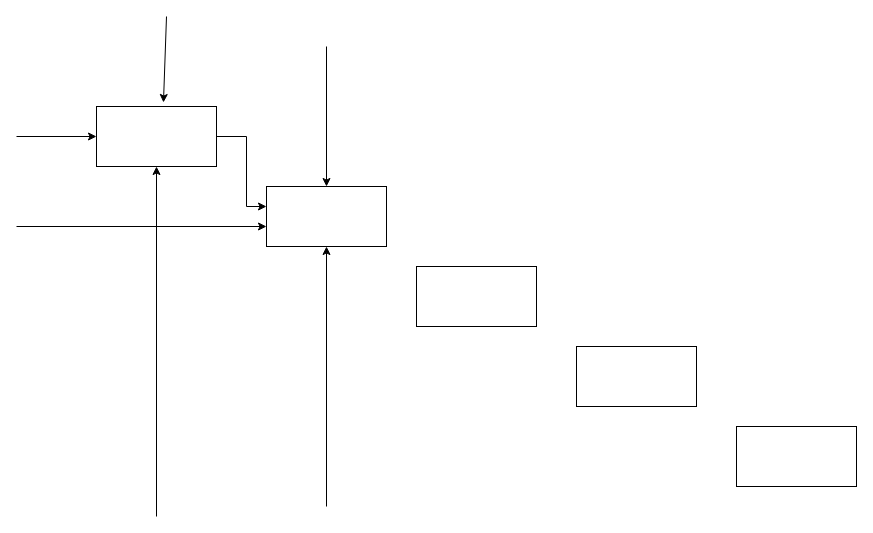
Before: page "Страница 3" (3 of 3) of Диаграз названия.drawio in Ev0or/dontTouch, a draw.io diagram. Source tidied: cells renumbered, new cells numbered last; positions are measured from the earlier drawing's top-left corner, leaving out a move shared by most shapes. Both pictures are drawn from the tidied source at 100%, with x=0, y=0 at pixel (16, 16).
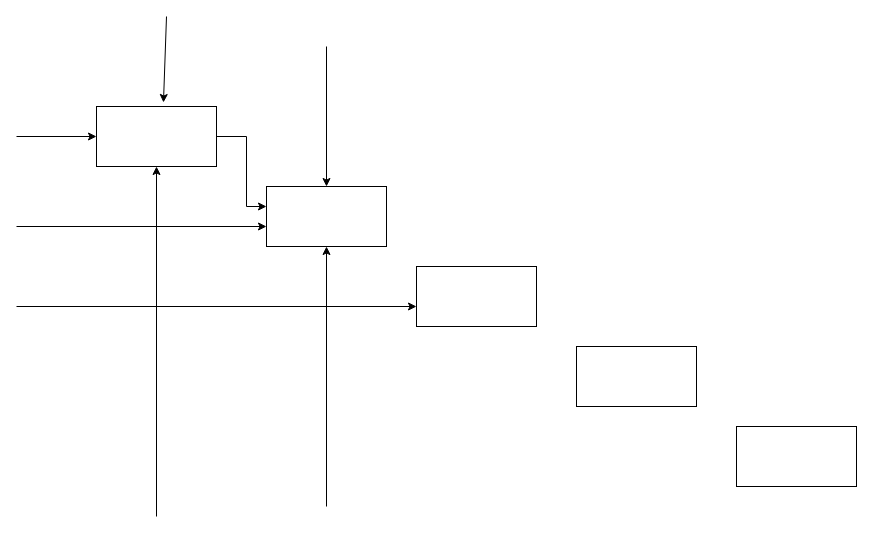
After the change.

Diff of the diagram source:
```diff
@@
+    <mxCell id="14" style="endArrow=classic;html=1;rounded=0;" parent="1" edge="1">
+      <mxGeometry relative="1" as="geometry">
+        <mxPoint y="290" as="sourcePoint" />
+        <mxPoint x="400" y="290" as="targetPoint" />
+      </mxGeometry>
+    </mxCell>
```
